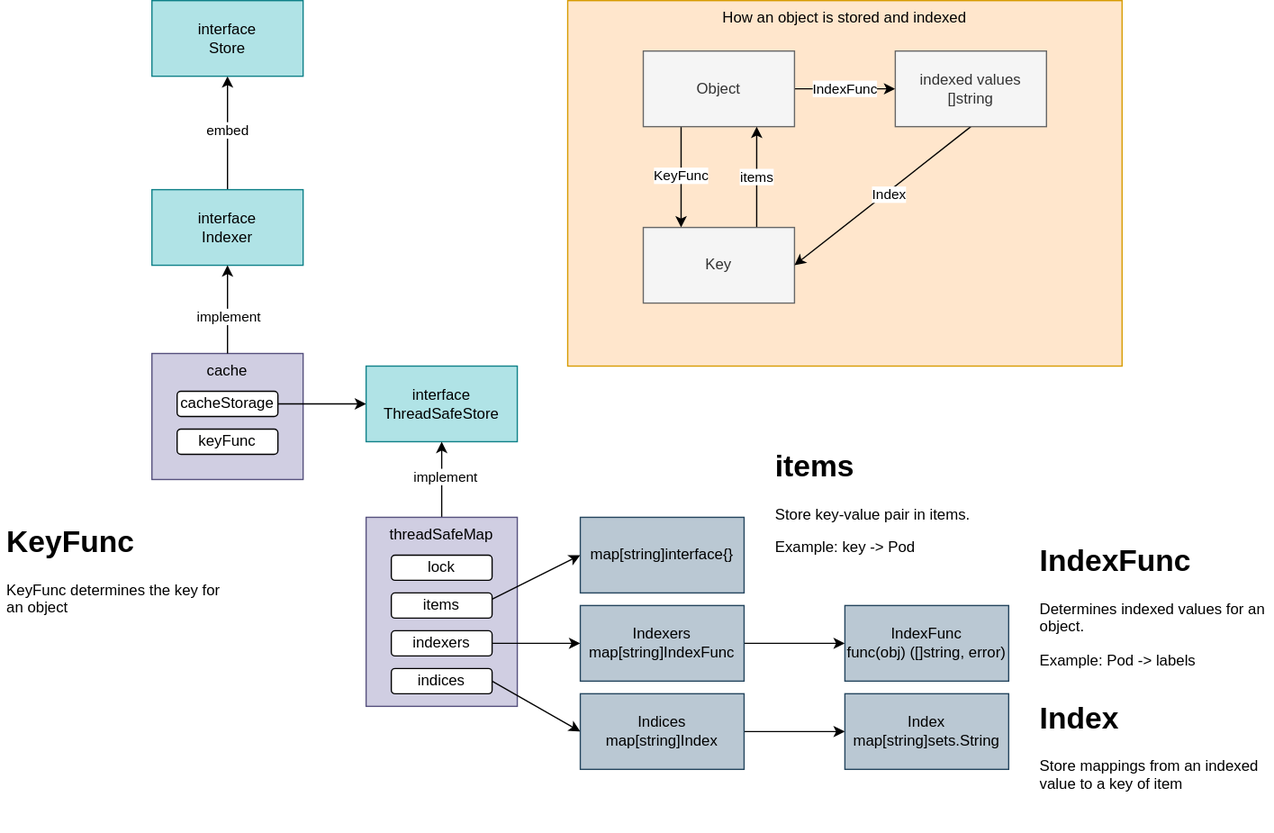
Earlier version of the draw.io export contents/kubernetes-operator/client-go/indexer/indexer.drawio.svg (nakamasato/kubernetes-training). Source tidied: cells renumbered, new cells last; positions are measured from the earlier drawing's top-left corner, leaving out a move shared by most shapes.
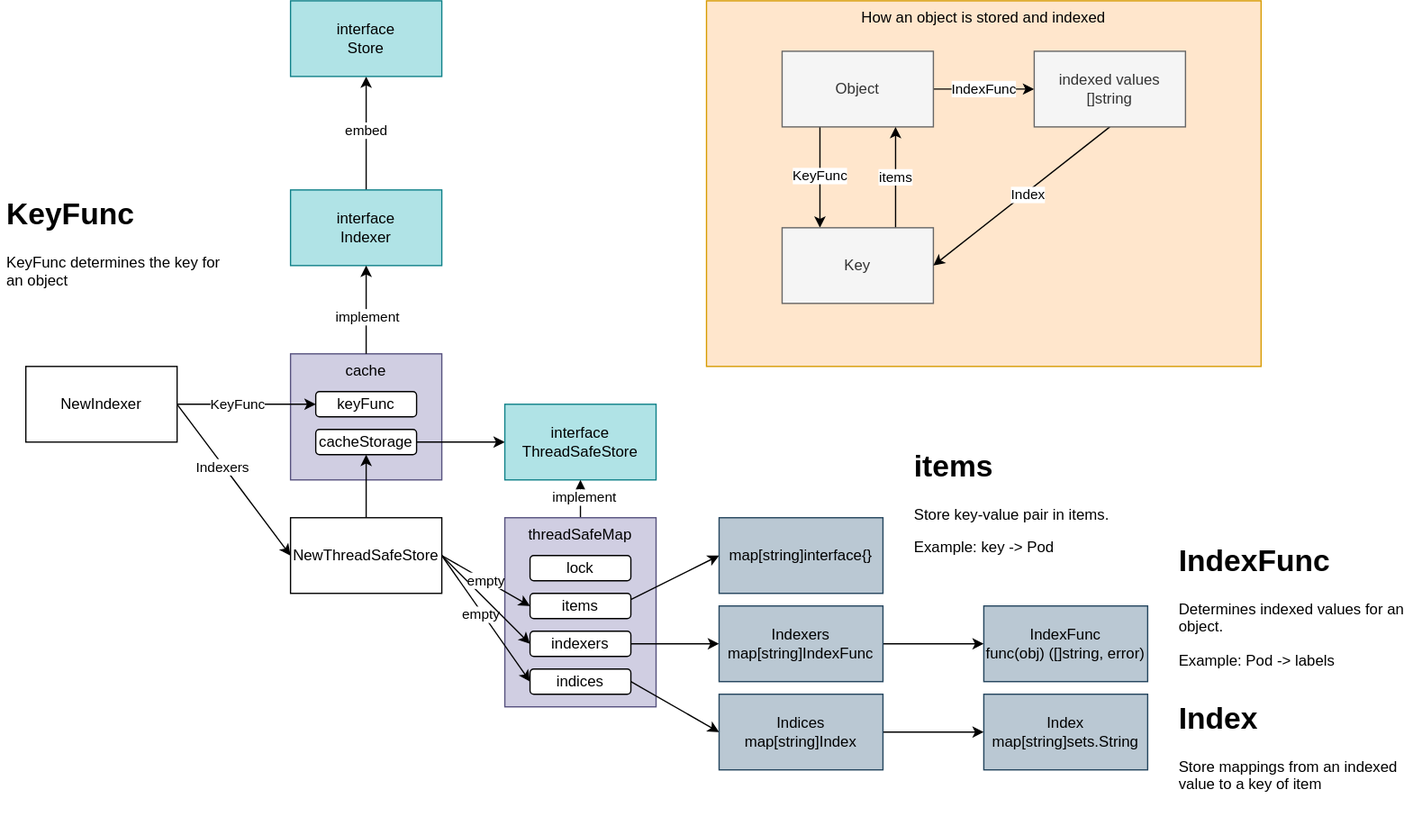
The same file after the commit.

The edit, as a diff of the source:
```diff
@@ -30,13 +30,13 @@
       <mxGeometry relative="1" as="geometry" />
     </mxCell>
     <mxCell id="11" value="interface&lt;br&gt;ThreadSafeStore" style="rounded=0;whiteSpace=wrap;html=1;fillColor=#b0e3e6;strokeColor=#0e8088;" parent="1" vertex="1">
-      <mxGeometry x="290" y="290" width="120" height="60" as="geometry" />
+      <mxGeometry x="290" y="320" width="120" height="60" as="geometry" />
     </mxCell>
     <mxCell id="12" value="cacheStorage" style="rounded=1;whiteSpace=wrap;html=1;" parent="1" vertex="1">
-      <mxGeometry x="140" y="310" width="80" height="20" as="geometry" />
+      <mxGeometry x="140" y="340" width="80" height="20" as="geometry" />
     </mxCell>
     <mxCell id="13" value="keyFunc" style="rounded=1;whiteSpace=wrap;html=1;" parent="1" vertex="1">
-      <mxGeometry x="140" y="340" width="80" height="20" as="geometry" />
+      <mxGeometry x="140" y="310" width="80" height="20" as="geometry" />
     </mxCell>
     <mxCell id="14" style="edgeStyle=none;html=1;" parent="1" edge="1" source="16" target="11">
       <mxGeometry relative="1" as="geometry" />
@@ -99,7 +99,7 @@
       <mxGeometry x="820" y="550" width="190" height="110" as="geometry" />
     </mxCell>
     <mxCell id="34" value="&lt;h1&gt;KeyFunc&lt;/h1&gt;&lt;p&gt;KeyFunc determines the key for an object&lt;/p&gt;" style="text;html=1;strokeColor=none;fillColor=none;spacing=5;spacingTop=-20;whiteSpace=wrap;overflow=hidden;rounded=0;" parent="1" vertex="1">
-      <mxGeometry y="410" width="190" height="110" as="geometry" />
+      <mxGeometry x="-110" y="150" width="190" height="110" as="geometry" />
     </mxCell>
     <mxCell id="35" style="edgeStyle=none;html=1;exitX=0.25;exitY=1;exitDx=0;exitDy=0;entryX=0.25;entryY=0;entryDx=0;entryDy=0;" parent="1" edge="1" source="38" target="40">
       <mxGeometry relative="1" as="geometry" />
@@ -128,5 +128,40 @@
     <mxCell id="43" value="indexed values&lt;br&gt;[]string" style="rounded=0;whiteSpace=wrap;html=1;fillColor=#f5f5f5;fontColor=#333333;strokeColor=#666666;" parent="1" vertex="1">
       <mxGeometry x="710" y="40" width="120" height="60" as="geometry" />
     </mxCell>
+    <mxCell id="44" style="edgeStyle=none;html=1;entryX=0;entryY=0.5;entryDx=0;entryDy=0;" parent="1" edge="1" source="48" target="13">
+      <mxGeometry relative="1" as="geometry" />
+    </mxCell>
+    <mxCell id="45" value="KeyFunc" style="edgeLabel;html=1;align=center;verticalAlign=middle;" parent="44" vertex="1">
+      <mxGeometry x="-0.14" relative="1" as="geometry" />
+    </mxCell>
+    <mxCell id="46" style="edgeStyle=none;html=1;entryX=0;entryY=0.5;entryDx=0;entryDy=0;" parent="1" edge="1" target="54">
+      <mxGeometry relative="1" as="geometry">
+        <mxPoint x="30" y="320" as="sourcePoint" />
+      </mxGeometry>
+    </mxCell>
+    <mxCell id="47" value="Indexers" style="edgeLabel;html=1;align=center;verticalAlign=middle;" parent="46" vertex="1">
+      <mxGeometry x="-0.19" y="-1" relative="1" as="geometry" />
+    </mxCell>
+    <mxCell id="48" value="NewIndexer" style="rounded=0;whiteSpace=wrap;html=1;" parent="1" vertex="1">
+      <mxGeometry x="-90" y="290" width="120" height="60" as="geometry" />
+    </mxCell>
+    <mxCell id="49" style="edgeStyle=none;html=1;entryX=0;entryY=0.5;entryDx=0;entryDy=0;exitX=1;exitY=0.5;exitDx=0;exitDy=0;" parent="1" edge="1" source="54" target="23">
+      <mxGeometry relative="1" as="geometry" />
+    </mxCell>
+    <mxCell id="50" value="empty" style="edgeLabel;html=1;align=center;verticalAlign=middle;" parent="49" vertex="1">
+      <mxGeometry x="-0.09" y="-2" relative="1" as="geometry" />
+    </mxCell>
+    <mxCell id="51" style="edgeStyle=none;html=1;entryX=0;entryY=0.5;entryDx=0;entryDy=0;exitX=1;exitY=0.5;exitDx=0;exitDy=0;" parent="1" edge="1" source="54" target="21">
+      <mxGeometry relative="1" as="geometry" />
+    </mxCell>
+    <mxCell id="52" style="edgeStyle=none;html=1;entryX=0.5;entryY=1;entryDx=0;entryDy=0;" parent="1" edge="1" source="54" target="12">
+      <mxGeometry relative="1" as="geometry" />
+    </mxCell>
+    <mxCell id="53" value="empty" style="edgeStyle=none;html=1;entryX=0;entryY=0.5;entryDx=0;entryDy=0;exitX=1;exitY=0.5;exitDx=0;exitDy=0;" parent="1" edge="1" source="54" target="19">
+      <mxGeometry relative="1" as="geometry" />
+    </mxCell>
+    <mxCell id="54" value="NewThreadSafeStore" style="rounded=0;whiteSpace=wrap;html=1;" parent="1" vertex="1">
+      <mxGeometry x="120" y="410" width="120" height="60" as="geometry" />
+    </mxCell>
   </root>
 </mxGraphModel>
```
